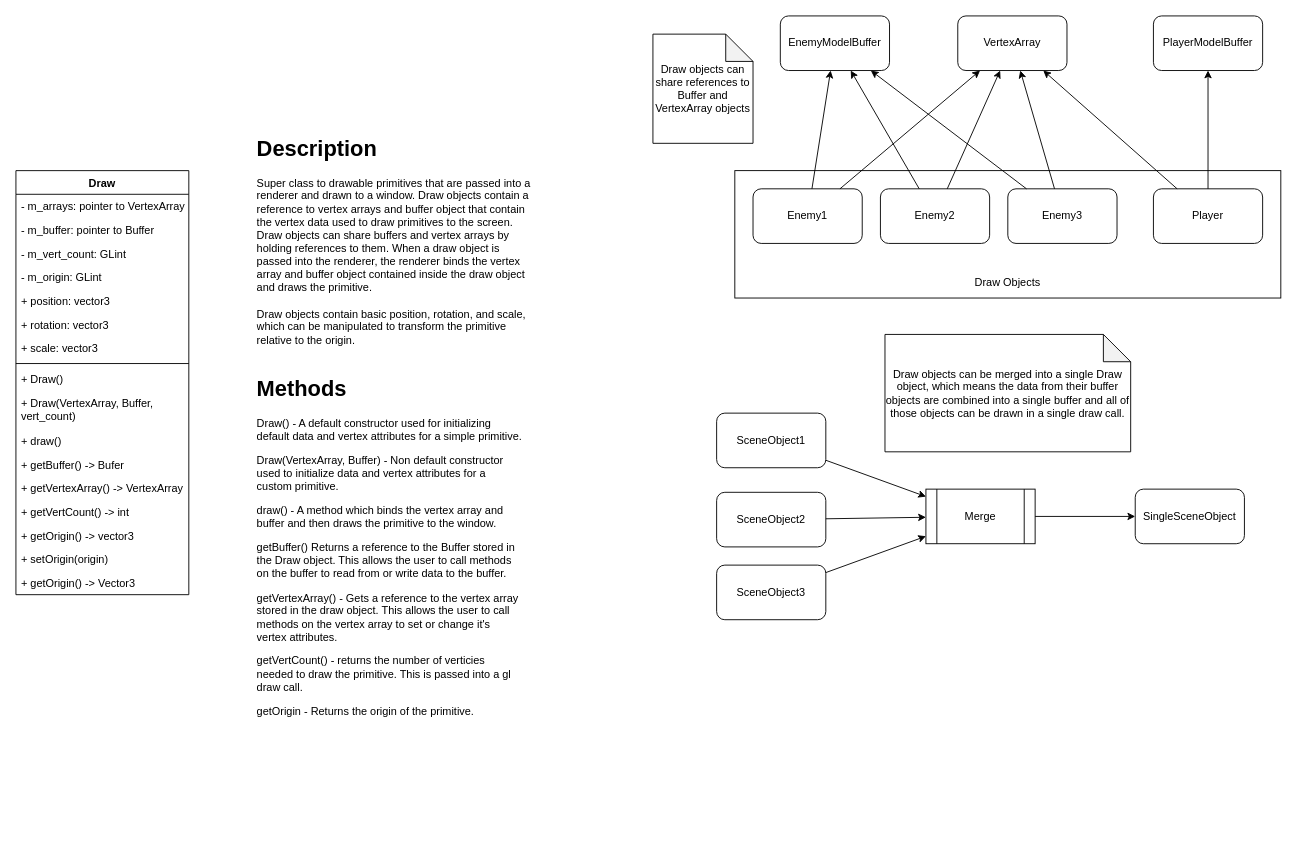
LowFire/blazer3d keeps this draw.io diagram as docs/Draw.drawio. Above is the earlier version. Source tidied: cells renumbered, new cells numbered last; positions are measured from the earlier drawing's top-left corner, leaving out a move shared by most shapes. Both pictures are drawn from the tidied source at 91%, with x=0, y=0 at pixel (15, 15).
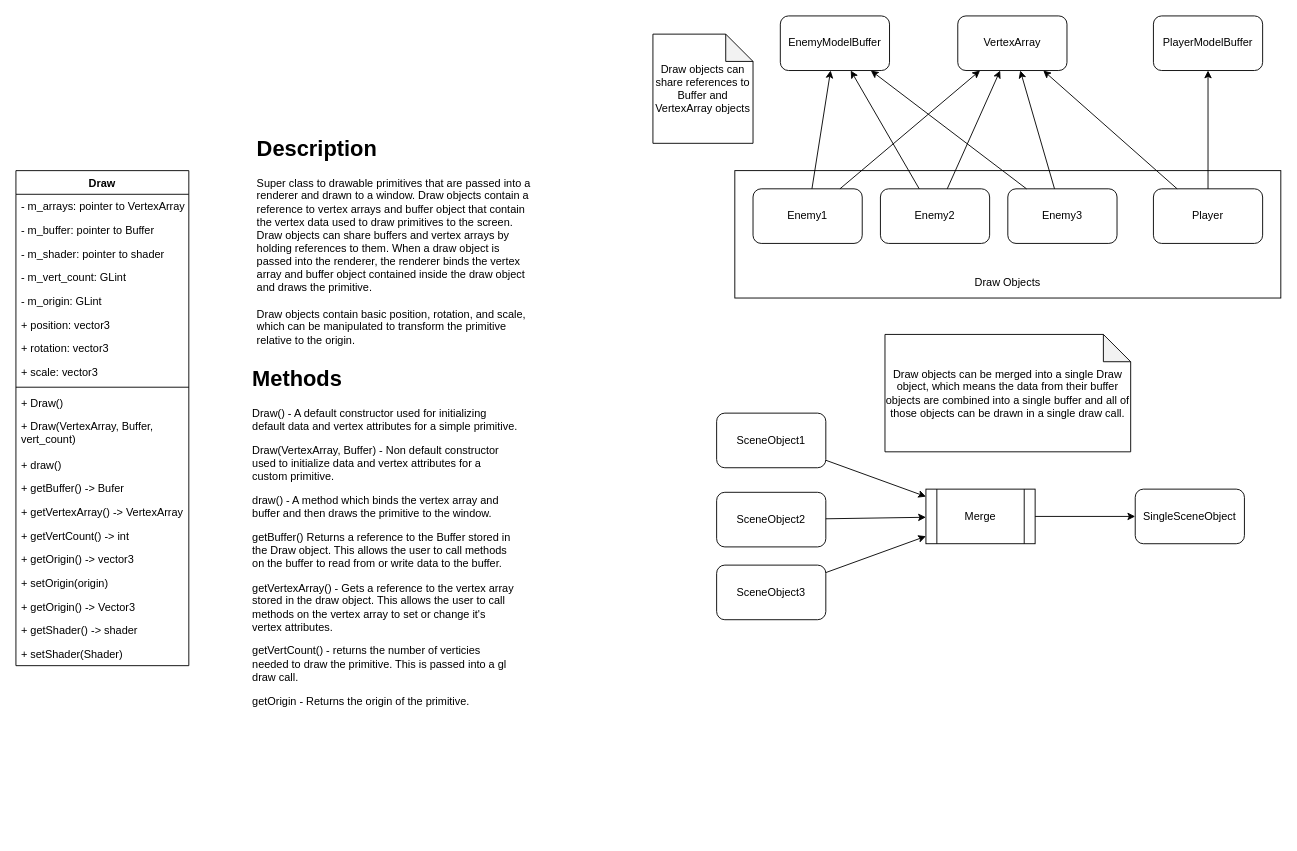
The same diagram, later.

Commit message (it also covers changes not shown here):
added m_shader as a member of Draw.

Change to the diagram source:
```diff
@@
     <mxCell id="3" value="Draw" style="swimlane;fontStyle=1;align=center;verticalAlign=top;horizontal=1;startSize=26;" parent="1" vertex="1">
-      <mxGeometry y="170" width="190" height="466" as="geometry" />
+      <mxGeometry y="170" width="190" height="544" as="geometry" />
     </mxCell>
@@
+    <mxCell id="50" value="- m_buffer: pointer to Buffer" style="text;strokeColor=none;fillColor=none;align=left;verticalAlign=top;spacingLeft=4;spacingRight=4;overflow=hidden;" parent="3" vertex="1">
+      <mxGeometry y="52" width="190" height="26" as="geometry" />
+    </mxCell>
-    <mxCell id="5" value="- m_buffer: pointer to Buffer" style="text;strokeColor=none;fillColor=none;align=left;verticalAlign=top;spacingLeft=4;spacingRight=4;overflow=hidden;" parent="3" vertex="1">
-      <mxGeometry y="52" width="190" height="26" as="geometry" />
+    <mxCell id="5" value="- m_shader: pointer to shader" style="text;strokeColor=none;fillColor=none;align=left;verticalAlign=top;spacingLeft=4;spacingRight=4;overflow=hidden;" parent="3" vertex="1">
+      <mxGeometry y="78" width="190" height="26" as="geometry" />
     </mxCell>
     <mxCell id="6" value="- m_vert_count: GLint" style="text;strokeColor=none;fillColor=none;align=left;verticalAlign=top;spacingLeft=4;spacingRight=4;overflow=hidden;" parent="3" vertex="1">
-      <mxGeometry y="78" width="190" height="26" as="geometry" />
+      <mxGeometry y="104" width="190" height="26" as="geometry" />
     </mxCell>
     <mxCell id="7" value="- m_origin: GLint" style="text;strokeColor=none;fillColor=none;align=left;verticalAlign=top;spacingLeft=4;spacingRight=4;overflow=hidden;" parent="3" vertex="1">
-      <mxGeometry y="104" width="190" height="26" as="geometry" />
+      <mxGeometry y="130" width="190" height="26" as="geometry" />
     </mxCell>
     <mxCell id="8" value="+ position: vector3" style="text;strokeColor=none;fillColor=none;align=left;verticalAlign=top;spacingLeft=4;spacingRight=4;overflow=hidden;" parent="3" vertex="1">
-      <mxGeometry y="130" width="190" height="26" as="geometry" />
+      <mxGeometry y="156" width="190" height="26" as="geometry" />
     </mxCell>
     <mxCell id="9" value="+ rotation: vector3" style="text;strokeColor=none;fillColor=none;align=left;verticalAlign=top;spacingLeft=4;spacingRight=4;overflow=hidden;" parent="3" vertex="1">
-      <mxGeometry y="156" width="190" height="26" as="geometry" />
+      <mxGeometry y="182" width="190" height="26" as="geometry" />
     </mxCell>
     <mxCell id="10" value="+ scale: vector3" style="text;strokeColor=none;fillColor=none;align=left;verticalAlign=top;spacingLeft=4;spacingRight=4;overflow=hidden;" parent="3" vertex="1">
-      <mxGeometry y="182" width="190" height="26" as="geometry" />
+      <mxGeometry y="208" width="190" height="26" as="geometry" />
     </mxCell>
     <mxCell id="11" style="line;strokeWidth=1;fillColor=none;align=left;verticalAlign=middle;spacingTop=-1;spacingLeft=3;spacingRight=3;labelPosition=right;" parent="3" vertex="1">
-      <mxGeometry y="208" width="190" height="8" as="geometry" />
+      <mxGeometry y="234" width="190" height="8" as="geometry" />
     </mxCell>
     <mxCell id="12" value="+ Draw()" style="text;strokeColor=none;fillColor=none;align=left;verticalAlign=top;spacingLeft=4;spacingRight=4;overflow=hidden;" parent="3" vertex="1">
-      <mxGeometry y="216" width="190" height="26" as="geometry" />
+      <mxGeometry y="242" width="190" height="26" as="geometry" />
     </mxCell>
     <mxCell id="13" value="+ Draw(VertexArray, Buffer,&#10;vert_count)" style="text;strokeColor=none;fillColor=none;align=left;verticalAlign=top;spacingLeft=4;spacingRight=4;overflow=hidden;" parent="3" vertex="1">
-      <mxGeometry y="242" width="190" height="42" as="geometry" />
+      <mxGeometry y="268" width="190" height="42" as="geometry" />
     </mxCell>
     <mxCell id="14" value="+ draw()" style="text;strokeColor=none;fillColor=none;align=left;verticalAlign=top;spacingLeft=4;spacingRight=4;overflow=hidden;" parent="3" vertex="1">
-      <mxGeometry y="284" width="190" height="26" as="geometry" />
+      <mxGeometry y="310" width="190" height="26" as="geometry" />
     </mxCell>
     <mxCell id="15" value="+ getBuffer() -&gt; Bufer" style="text;strokeColor=none;fillColor=none;align=left;verticalAlign=top;spacingLeft=4;spacingRight=4;overflow=hidden;" parent="3" vertex="1">
-      <mxGeometry y="310" width="190" height="26" as="geometry" />
+      <mxGeometry y="336" width="190" height="26" as="geometry" />
     </mxCell>
     <mxCell id="16" value="+ getVertexArray() -&gt; VertexArray" style="text;strokeColor=none;fillColor=none;align=left;verticalAlign=top;spacingLeft=4;spacingRight=4;overflow=hidden;" parent="3" vertex="1">
-      <mxGeometry y="336" width="190" height="26" as="geometry" />
+      <mxGeometry y="362" width="190" height="26" as="geometry" />
     </mxCell>
     <mxCell id="17" value="+ getVertCount() -&gt; int" style="text;strokeColor=none;fillColor=none;align=left;verticalAlign=top;spacingLeft=4;spacingRight=4;overflow=hidden;" parent="3" vertex="1">
-      <mxGeometry y="362" width="190" height="26" as="geometry" />
+      <mxGeometry y="388" width="190" height="26" as="geometry" />
     </mxCell>
     <mxCell id="18" value="+ getOrigin() -&gt; vector3" style="text;strokeColor=none;fillColor=none;align=left;verticalAlign=top;spacingLeft=4;spacingRight=4;overflow=hidden;" parent="3" vertex="1">
-      <mxGeometry y="388" width="190" height="26" as="geometry" />
+      <mxGeometry y="414" width="190" height="26" as="geometry" />
     </mxCell>
     <mxCell id="19" value="+ setOrigin(origin)" style="text;strokeColor=none;fillColor=none;align=left;verticalAlign=top;spacingLeft=4;spacingRight=4;overflow=hidden;" parent="3" vertex="1">
-      <mxGeometry y="414" width="190" height="26" as="geometry" />
+      <mxGeometry y="440" width="190" height="26" as="geometry" />
     </mxCell>
+    <mxCell id="51" value="+ getOrigin() -&gt; Vector3" style="text;strokeColor=none;fillColor=none;align=left;verticalAlign=top;spacingLeft=4;spacingRight=4;overflow=hidden;" parent="3" vertex="1">
+      <mxGeometry y="466" width="190" height="26" as="geometry" />
+    </mxCell>
+    <mxCell id="52" value="+ getShader() -&gt; shader" style="text;strokeColor=none;fillColor=none;align=left;verticalAlign=top;spacingLeft=4;spacingRight=4;overflow=hidden;" parent="3" vertex="1">
+      <mxGeometry y="492" width="190" height="26" as="geometry" />
+    </mxCell>
-    <mxCell id="20" value="+ getOrigin() -&gt; Vector3" style="text;strokeColor=none;fillColor=none;align=left;verticalAlign=top;spacingLeft=4;spacingRight=4;overflow=hidden;" parent="3" vertex="1">
-      <mxGeometry y="440" width="190" height="26" as="geometry" />
+    <mxCell id="20" value="+ setShader(Shader)" style="text;strokeColor=none;fillColor=none;align=left;verticalAlign=top;spacingLeft=4;spacingRight=4;overflow=hidden;" parent="3" vertex="1">
+      <mxGeometry y="518" width="190" height="26" as="geometry" />
     </mxCell>
@@
     <mxCell id="22" value="&lt;h1&gt;Methods&lt;/h1&gt;&lt;p&gt;Draw() - A default constructor used for initializing default data and vertex attributes for a simple primitive.&lt;/p&gt;&lt;p&gt;Draw(VertexArray, Buffer) - Non default constructor used to initialize data and vertex attributes for a custom primitive.&lt;/p&gt;&lt;p&gt;draw() - A method which binds the vertex array and buffer and then draws the primitive to the window.&lt;/p&gt;&lt;p&gt;&lt;span&gt;getBuffer() Returns a reference to the Buffer stored in the Draw object. This allows the user to call methods on the buffer to read from or write data to the buffer.&lt;/span&gt;&lt;/p&gt;&lt;p&gt;getVertexArray() - Gets a reference to the vertex array stored in the draw object. This allows the user to call methods on the vertex array to set or change it's vertex attributes.&lt;/p&gt;&lt;p&gt;getVertCount() - returns the number of verticies needed to draw the primitive. This is passed into a gl draw call.&lt;/p&gt;&lt;p&gt;getOrigin - Returns the origin of the primitive.&lt;/p&gt;" style="text;html=1;strokeColor=none;fillColor=none;spacing=5;spacingTop=-20;whiteSpace=wrap;overflow=hidden;rounded=0;" parent="1" vertex="1">
-      <mxGeometry x="260" y="390" width="300" height="510" as="geometry" />
+      <mxGeometry x="255" y="378.5" width="300" height="510" as="geometry" />
     </mxCell>
```
